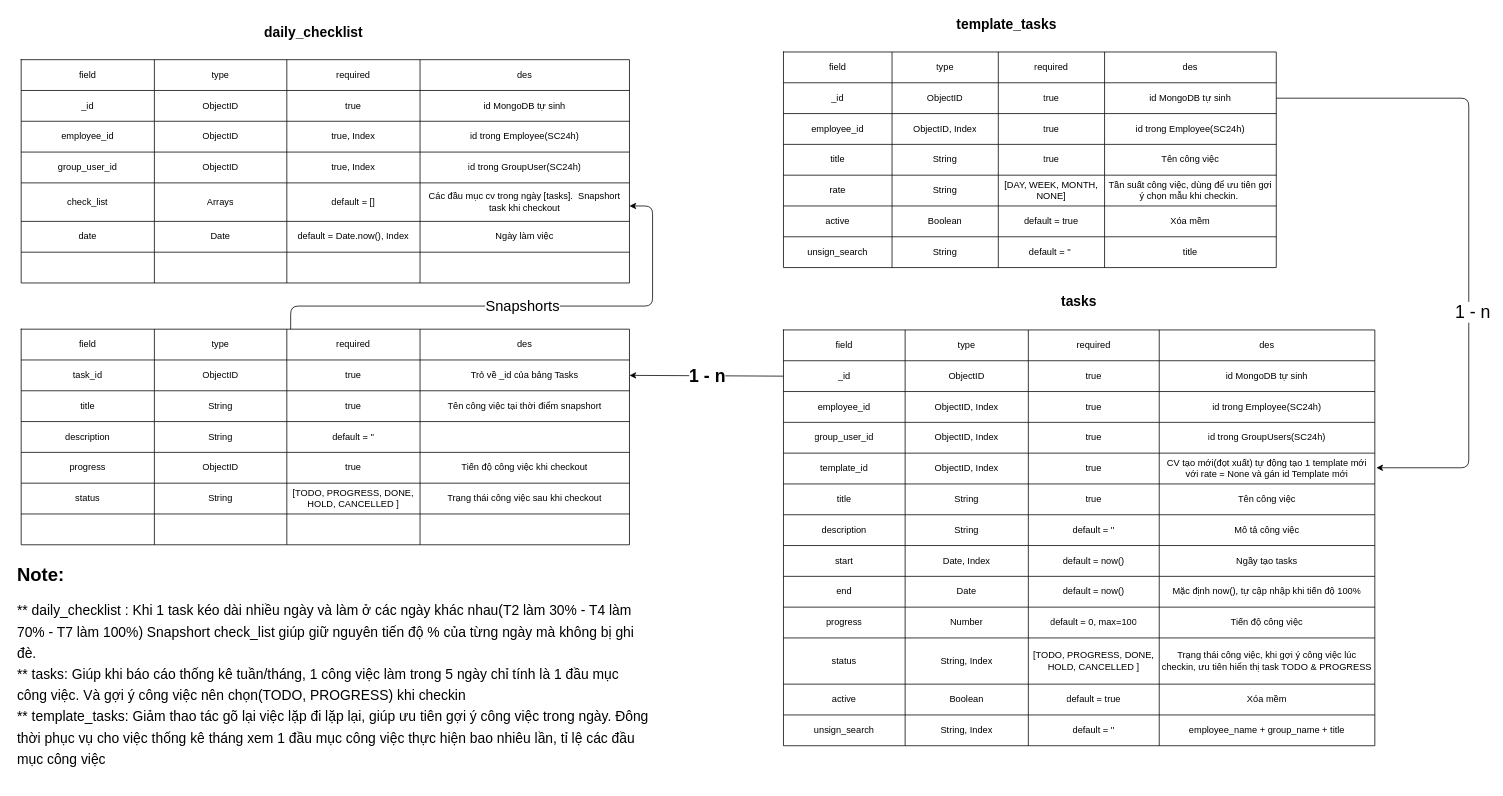
The draw.io diagram md/db/db-option-1.drawio in hungnm3112/project-timekeeper, before the edit. Source tidied: cells renumbered, new cells numbered last; positions are measured from the earlier drawing's top-left corner, leaving out a move shared by most shapes. Both pictures are drawn from the tidied source at 77%, with x=0, y=0 at pixel (13, 13).
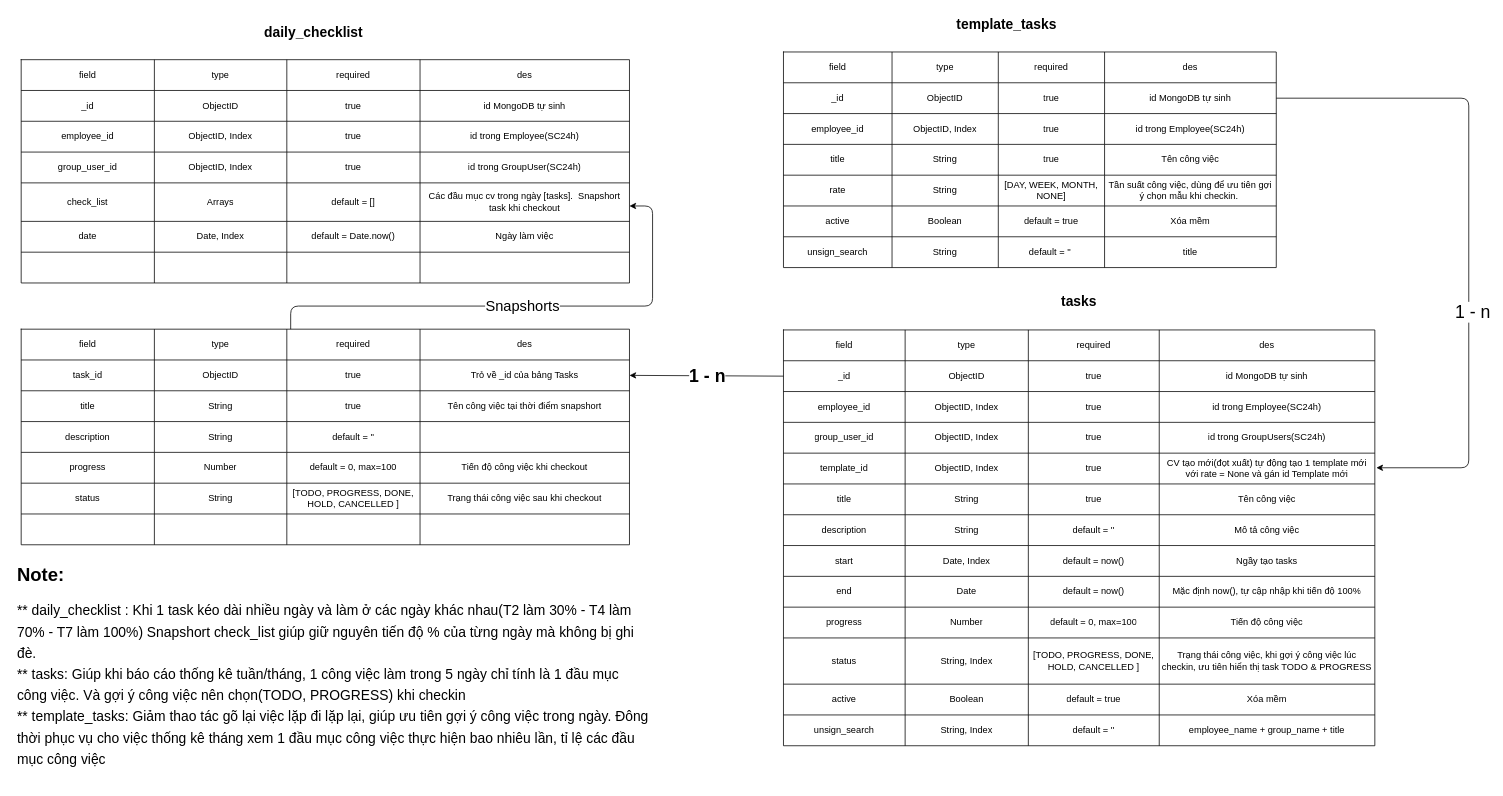
The same page after the edit.

Commit message (it also covers changes not shown here):
docs(db): them phuong an thiet ke database db-option-2 tren drawio

The change refers to these unchanged cells:
```xml
<mxCell id="13" style="shape=tableRow;horizontal=0;startSize=0;swimlaneHead=0;swimlaneBody=0;top=0;left=0;bottom=0;right=0;fillColor=none;" parent="2" vertex="1">
  <mxGeometry y="80" width="790" height="40" as="geometry" />
</mxCell>
<mxCell id="18" style="shape=tableRow;horizontal=0;startSize=0;swimlaneHead=0;swimlaneBody=0;top=0;left=0;bottom=0;right=0;fillColor=none;" parent="2" vertex="1">
  <mxGeometry y="120" width="790" height="40" as="geometry" />
</mxCell>
<mxCell id="28" style="shape=tableRow;horizontal=0;startSize=0;swimlaneHead=0;swimlaneBody=0;top=0;left=0;bottom=0;right=0;fillColor=none;" parent="2" vertex="1">
  <mxGeometry y="210" width="790" height="40" as="geometry" />
</mxCell>
<mxCell id="164" style="shape=tableRow;horizontal=0;startSize=0;swimlaneHead=0;swimlaneBody=0;top=0;left=0;bottom=0;right=0;fillColor=none;" parent="143" vertex="1">
  <mxGeometry y="160" width="790" height="40" as="geometry" />
</mxCell>
```

What changed in the source:
```diff
@@
-    <mxCell id="15" value="ObjectID" style="shape=partialRectangle;html=1;whiteSpace=wrap;overflow=hidden;fillColor=none;top=0;left=0;bottom=0;right=0;" parent="13" vertex="1">
+    <mxCell id="15" value="ObjectID, Index" style="shape=partialRectangle;html=1;whiteSpace=wrap;overflow=hidden;fillColor=none;top=0;left=0;bottom=0;right=0;" parent="13" vertex="1">
       <mxGeometry x="173" width="172" height="40" as="geometry" />
     </mxCell>
-    <mxCell id="16" value="true, Index" style="shape=partialRectangle;html=1;whiteSpace=wrap;overflow=hidden;fillColor=none;top=0;left=0;bottom=0;right=0;" parent="13" vertex="1">
+    <mxCell id="16" value="true" style="shape=partialRectangle;html=1;whiteSpace=wrap;overflow=hidden;fillColor=none;top=0;left=0;bottom=0;right=0;" parent="13" vertex="1">
       <mxGeometry x="345" width="173" height="40" as="geometry" />
     </mxCell>
@@
-    <mxCell id="20" value="ObjectID" style="shape=partialRectangle;html=1;whiteSpace=wrap;overflow=hidden;fillColor=none;top=0;left=0;bottom=0;right=0;" parent="18" vertex="1">
+    <mxCell id="20" value="ObjectID, Index" style="shape=partialRectangle;html=1;whiteSpace=wrap;overflow=hidden;fillColor=none;top=0;left=0;bottom=0;right=0;" parent="18" vertex="1">
       <mxGeometry x="173" width="172" height="40" as="geometry" />
     </mxCell>
-    <mxCell id="21" value="true, Index" style="shape=partialRectangle;html=1;whiteSpace=wrap;overflow=hidden;fillColor=none;top=0;left=0;bottom=0;right=0;" parent="18" vertex="1">
+    <mxCell id="21" value="true" style="shape=partialRectangle;html=1;whiteSpace=wrap;overflow=hidden;fillColor=none;top=0;left=0;bottom=0;right=0;" parent="18" vertex="1">
       <mxGeometry x="345" width="173" height="40" as="geometry" />
     </mxCell>
@@
-    <mxCell id="30" value="Date" style="shape=partialRectangle;html=1;whiteSpace=wrap;overflow=hidden;fillColor=none;top=0;left=0;bottom=0;right=0;" parent="28" vertex="1">
+    <mxCell id="30" value="Date, Index" style="shape=partialRectangle;html=1;whiteSpace=wrap;overflow=hidden;fillColor=none;top=0;left=0;bottom=0;right=0;" parent="28" vertex="1">
       <mxGeometry x="173" width="172" height="40" as="geometry" />
     </mxCell>
-    <mxCell id="31" value="default = Date.now(), Index" style="shape=partialRectangle;html=1;whiteSpace=wrap;overflow=hidden;fillColor=none;top=0;left=0;bottom=0;right=0;" parent="28" vertex="1">
+    <mxCell id="31" value="default = Date.now()" style="shape=partialRectangle;html=1;whiteSpace=wrap;overflow=hidden;fillColor=none;top=0;left=0;bottom=0;right=0;" parent="28" vertex="1">
       <mxGeometry x="345" width="173" height="40" as="geometry" />
     </mxCell>
@@
-    <mxCell id="166" value="ObjectID" style="shape=partialRectangle;html=1;whiteSpace=wrap;overflow=hidden;fillColor=none;top=0;left=0;bottom=0;right=0;" parent="164" vertex="1">
+    <mxCell id="166" value="Number" style="shape=partialRectangle;html=1;whiteSpace=wrap;overflow=hidden;fillColor=none;top=0;left=0;bottom=0;right=0;" parent="164" vertex="1">
       <mxGeometry x="173" width="172" height="40" as="geometry" />
     </mxCell>
-    <mxCell id="167" value="true" style="shape=partialRectangle;html=1;whiteSpace=wrap;overflow=hidden;fillColor=none;top=0;left=0;bottom=0;right=0;" parent="164" vertex="1">
+    <mxCell id="167" value="default = 0, max=100" style="shape=partialRectangle;html=1;whiteSpace=wrap;overflow=hidden;fillColor=none;top=0;left=0;bottom=0;right=0;" parent="164" vertex="1">
       <mxGeometry x="345" width="173" height="40" as="geometry" />
     </mxCell>
```
